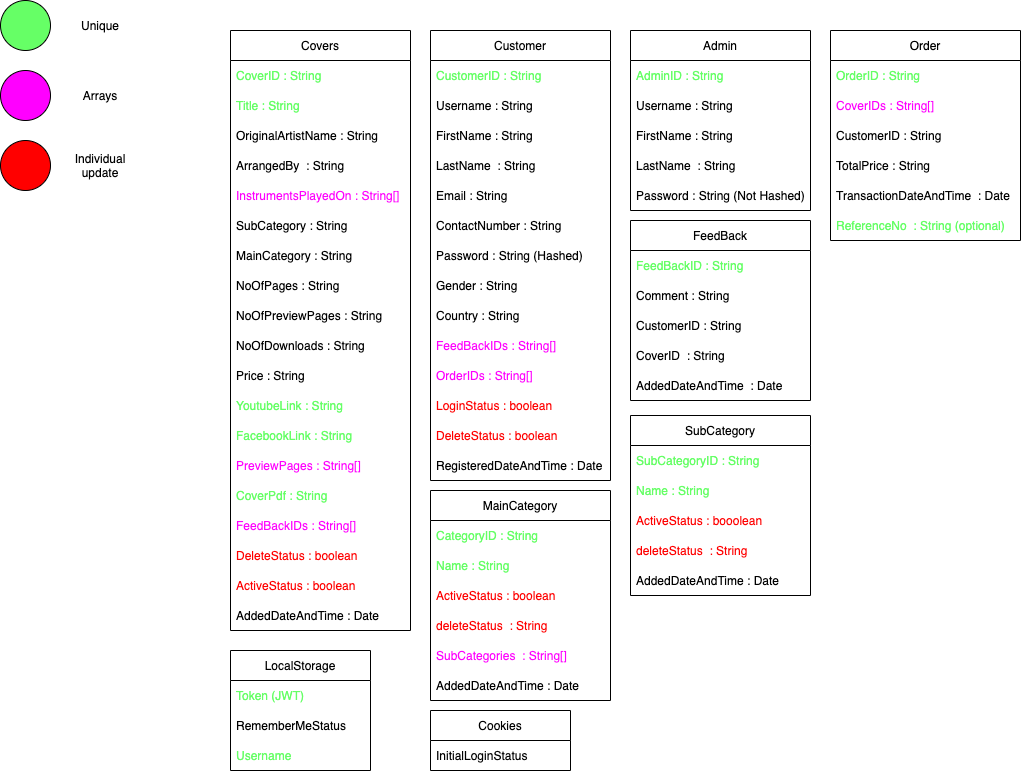
Earlier version of the draw.io export Documents_for_the_project/Backend_Design_Kaushal_production.drawio.png (BamunugeDR99/Music_Lessons_cover_sheet_app_for_Kaushal_production). Source tidied: cells renumbered, new cells last; positions are measured from the earlier drawing's top-left corner, leaving out a move shared by most shapes.
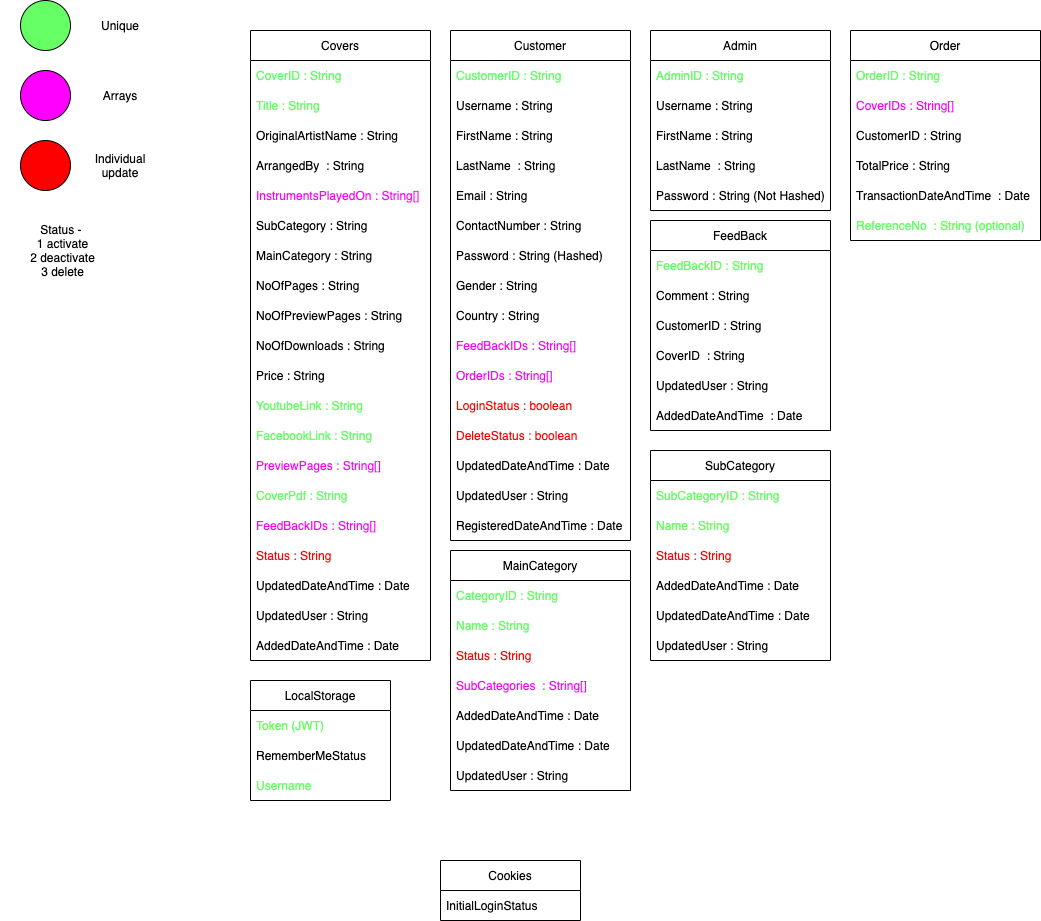
Later version of the same file.

Change to the diagram source:
```diff
@@ -3,7 +3,7 @@
     <mxCell id="0" />
     <mxCell id="1" parent="0" />
     <mxCell id="2" value="Covers" style="swimlane;fontStyle=0;horizontal=1;startSize=30;" parent="1" vertex="1">
-      <mxGeometry x="230" y="30" width="180" height="600" as="geometry" />
+      <mxGeometry x="230" y="30" width="180" height="630" as="geometry" />
     </mxCell>
     <mxCell id="3" value="CoverID : String" style="text;strokeColor=none;fillColor=none;align=left;verticalAlign=middle;spacingLeft=4;spacingRight=4;overflow=hidden;fontColor=#66FF66;" parent="2" vertex="1">
       <mxGeometry y="30" width="180" height="30" as="geometry" />
@@ -53,17 +53,20 @@
     <mxCell id="18" value="FeedBackIDs : String[]" style="text;strokeColor=none;fillColor=none;align=left;verticalAlign=middle;spacingLeft=4;spacingRight=4;overflow=hidden;fontColor=#FF00FF;" parent="2" vertex="1">
       <mxGeometry y="480" width="180" height="30" as="geometry" />
     </mxCell>
-    <mxCell id="19" value="DeleteStatus : boolean " style="text;strokeColor=none;fillColor=none;align=left;verticalAlign=middle;spacingLeft=4;spacingRight=4;overflow=hidden;fontColor=#FF0000;" parent="2" vertex="1">
+    <mxCell id="19" value="Status : String" style="text;strokeColor=none;fillColor=none;align=left;verticalAlign=middle;spacingLeft=4;spacingRight=4;overflow=hidden;fontColor=#FF0000;" parent="2" vertex="1">
       <mxGeometry y="510" width="180" height="30" as="geometry" />
     </mxCell>
-    <mxCell id="20" value="ActiveStatus : boolean" style="text;strokeColor=none;fillColor=none;align=left;verticalAlign=middle;spacingLeft=4;spacingRight=4;overflow=hidden;fontColor=#FF0000;" parent="2" vertex="1">
+    <mxCell id="20" value="UpdatedDateAndTime : Date" style="text;strokeColor=none;fillColor=none;align=left;verticalAlign=middle;spacingLeft=4;spacingRight=4;overflow=hidden;fontColor=#000000;" parent="2" vertex="1">
       <mxGeometry y="540" width="180" height="30" as="geometry" />
     </mxCell>
+    <mxCell id="81" value="UpdatedUser : String" style="text;strokeColor=none;fillColor=none;align=left;verticalAlign=middle;spacingLeft=4;spacingRight=4;overflow=hidden;fontColor=#000000;" parent="2" vertex="1">
+      <mxGeometry y="570" width="180" height="30" as="geometry" />
+    </mxCell>
     <mxCell id="21" value="AddedDateAndTime : Date" style="text;strokeColor=none;fillColor=none;align=left;verticalAlign=middle;spacingLeft=4;spacingRight=4;overflow=hidden;" parent="2" vertex="1">
-      <mxGeometry y="570" width="180" height="30" as="geometry" />
+      <mxGeometry y="600" width="180" height="30" as="geometry" />
     </mxCell>
     <mxCell id="22" value="Customer" style="swimlane;fontStyle=0;horizontal=1;startSize=30;" parent="1" vertex="1">
-      <mxGeometry x="430" y="30" width="180" height="450" as="geometry" />
+      <mxGeometry x="430" y="30" width="180" height="510" as="geometry" />
     </mxCell>
     <mxCell id="23" value="CustomerID : String" style="text;strokeColor=none;fillColor=none;align=left;verticalAlign=middle;spacingLeft=4;spacingRight=4;overflow=hidden;fontColor=#66FF66;" parent="22" vertex="1">
       <mxGeometry y="30" width="180" height="30" as="geometry" />
@@ -104,8 +107,14 @@
     <mxCell id="35" value="DeleteStatus : boolean" style="text;strokeColor=none;fillColor=none;align=left;verticalAlign=middle;spacingLeft=4;spacingRight=4;overflow=hidden;fontColor=#FF0000;" parent="22" vertex="1">
       <mxGeometry y="390" width="180" height="30" as="geometry" />
     </mxCell>
+    <mxCell id="82" value="UpdatedDateAndTime : Date" style="text;strokeColor=none;fillColor=none;align=left;verticalAlign=middle;spacingLeft=4;spacingRight=4;overflow=hidden;fontColor=#000000;" parent="22" vertex="1">
+      <mxGeometry y="420" width="180" height="30" as="geometry" />
+    </mxCell>
+    <mxCell id="83" value="UpdatedUser : String" style="text;strokeColor=none;fillColor=none;align=left;verticalAlign=middle;spacingLeft=4;spacingRight=4;overflow=hidden;fontColor=#000000;" parent="22" vertex="1">
+      <mxGeometry y="450" width="180" height="30" as="geometry" />
+    </mxCell>
     <mxCell id="36" value="RegisteredDateAndTime : Date" style="text;strokeColor=none;fillColor=none;align=left;verticalAlign=middle;spacingLeft=4;spacingRight=4;overflow=hidden;" parent="22" vertex="1">
-      <mxGeometry y="420" width="180" height="30" as="geometry" />
+      <mxGeometry y="480" width="180" height="30" as="geometry" />
     </mxCell>
     <mxCell id="37" value="Admin" style="swimlane;fontStyle=0;horizontal=1;startSize=30;" parent="1" vertex="1">
       <mxGeometry x="630" y="30" width="180" height="180" as="geometry" />
@@ -126,7 +135,7 @@
       <mxGeometry y="150" width="180" height="30" as="geometry" />
     </mxCell>
     <mxCell id="43" value="MainCategory" style="swimlane;fontStyle=0;horizontal=1;startSize=30;" parent="1" vertex="1">
-      <mxGeometry x="430" y="490" width="180" height="210" as="geometry" />
+      <mxGeometry x="430" y="550" width="180" height="240" as="geometry" />
     </mxCell>
     <mxCell id="44" value="CategoryID : String" style="text;strokeColor=none;fillColor=none;align=left;verticalAlign=middle;spacingLeft=4;spacingRight=4;overflow=hidden;fontColor=#66FF66;" parent="43" vertex="1">
       <mxGeometry y="30" width="180" height="30" as="geometry" />
@@ -134,20 +143,23 @@
     <mxCell id="45" value="Name : String" style="text;strokeColor=none;fillColor=none;align=left;verticalAlign=middle;spacingLeft=4;spacingRight=4;overflow=hidden;fontColor=#66FF66;" parent="43" vertex="1">
       <mxGeometry y="60" width="180" height="30" as="geometry" />
     </mxCell>
-    <mxCell id="46" value="ActiveStatus : boolean" style="text;strokeColor=none;fillColor=none;align=left;verticalAlign=middle;spacingLeft=4;spacingRight=4;overflow=hidden;fontColor=#FF0000;" parent="43" vertex="1">
+    <mxCell id="46" value="Status : String" style="text;strokeColor=none;fillColor=none;align=left;verticalAlign=middle;spacingLeft=4;spacingRight=4;overflow=hidden;fontColor=#FF0000;" parent="43" vertex="1">
       <mxGeometry y="90" width="180" height="30" as="geometry" />
     </mxCell>
-    <mxCell id="47" value="deleteStatus  : String " style="text;strokeColor=none;fillColor=none;align=left;verticalAlign=middle;spacingLeft=4;spacingRight=4;overflow=hidden;fontColor=#FF0000;" parent="43" vertex="1">
-      <mxGeometry y="120" width="180" height="30" as="geometry" />
-    </mxCell>
     <mxCell id="48" value="SubCategories  : String[] " style="text;strokeColor=none;fillColor=none;align=left;verticalAlign=middle;spacingLeft=4;spacingRight=4;overflow=hidden;fontColor=#FF00FF;" parent="43" vertex="1">
-      <mxGeometry y="150" width="180" height="30" as="geometry" />
+      <mxGeometry y="120" width="180" height="30" as="geometry" />
     </mxCell>
     <mxCell id="49" value="AddedDateAndTime : Date" style="text;strokeColor=none;fillColor=none;align=left;verticalAlign=middle;spacingLeft=4;spacingRight=4;overflow=hidden;" parent="43" vertex="1">
-      <mxGeometry y="180" width="180" height="30" as="geometry" />
+      <mxGeometry y="150" width="180" height="30" as="geometry" />
     </mxCell>
+    <mxCell id="84" value="UpdatedDateAndTime : Date" style="text;strokeColor=none;fillColor=none;align=left;verticalAlign=middle;spacingLeft=4;spacingRight=4;overflow=hidden;fontColor=#000000;" parent="43" vertex="1">
+      <mxGeometry y="180" width="180" height="30" as="geometry" />
+    </mxCell>
+    <mxCell id="85" value="UpdatedUser : String" style="text;strokeColor=none;fillColor=none;align=left;verticalAlign=middle;spacingLeft=4;spacingRight=4;overflow=hidden;fontColor=#000000;" parent="43" vertex="1">
+      <mxGeometry y="210" width="180" height="30" as="geometry" />
+    </mxCell>
     <mxCell id="50" value="SubCategory" style="swimlane;fontStyle=0;horizontal=1;startSize=30;" parent="1" vertex="1">
-      <mxGeometry x="630" y="415" width="180" height="180" as="geometry" />
+      <mxGeometry x="630" y="450" width="180" height="210" as="geometry" />
     </mxCell>
     <mxCell id="51" value="SubCategoryID : String" style="text;strokeColor=none;fillColor=none;align=left;verticalAlign=middle;spacingLeft=4;spacingRight=4;overflow=hidden;fontColor=#66FF66;" parent="50" vertex="1">
       <mxGeometry y="30" width="180" height="30" as="geometry" />
@@ -155,17 +167,20 @@
     <mxCell id="52" value="Name : String" style="text;strokeColor=none;fillColor=none;align=left;verticalAlign=middle;spacingLeft=4;spacingRight=4;overflow=hidden;fontColor=#66FF66;" parent="50" vertex="1">
       <mxGeometry y="60" width="180" height="30" as="geometry" />
     </mxCell>
-    <mxCell id="53" value="ActiveStatus : booolean" style="text;strokeColor=none;fillColor=none;align=left;verticalAlign=middle;spacingLeft=4;spacingRight=4;overflow=hidden;fontColor=#FF0000;" parent="50" vertex="1">
+    <mxCell id="53" value="Status : String" style="text;strokeColor=none;fillColor=none;align=left;verticalAlign=middle;spacingLeft=4;spacingRight=4;overflow=hidden;fontColor=#FF0000;" parent="50" vertex="1">
       <mxGeometry y="90" width="180" height="30" as="geometry" />
     </mxCell>
-    <mxCell id="54" value="deleteStatus  : String " style="text;strokeColor=none;fillColor=none;align=left;verticalAlign=middle;spacingLeft=4;spacingRight=4;overflow=hidden;fontColor=#FF0000;" parent="50" vertex="1">
-      <mxGeometry y="120" width="180" height="30" as="geometry" />
-    </mxCell>
     <mxCell id="55" value="AddedDateAndTime : Date" style="text;strokeColor=none;fillColor=none;align=left;verticalAlign=middle;spacingLeft=4;spacingRight=4;overflow=hidden;" parent="50" vertex="1">
-      <mxGeometry y="150" width="180" height="30" as="geometry" />
+      <mxGeometry y="120" width="180" height="30" as="geometry" />
     </mxCell>
+    <mxCell id="86" value="UpdatedDateAndTime : Date" style="text;strokeColor=none;fillColor=none;align=left;verticalAlign=middle;spacingLeft=4;spacingRight=4;overflow=hidden;fontColor=#000000;" parent="50" vertex="1">
+      <mxGeometry y="150" width="180" height="30" as="geometry" />
+    </mxCell>
+    <mxCell id="87" value="UpdatedUser : String" style="text;strokeColor=none;fillColor=none;align=left;verticalAlign=middle;spacingLeft=4;spacingRight=4;overflow=hidden;fontColor=#000000;" parent="50" vertex="1">
+      <mxGeometry y="180" width="180" height="30" as="geometry" />
+    </mxCell>
     <mxCell id="56" value="FeedBack" style="swimlane;fontStyle=0;horizontal=1;startSize=30;" parent="1" vertex="1">
-      <mxGeometry x="630" y="220" width="180" height="180" as="geometry" />
+      <mxGeometry x="630" y="220" width="180" height="210" as="geometry" />
     </mxCell>
     <mxCell id="57" value="FeedBackID : String" style="text;strokeColor=none;fillColor=none;align=left;verticalAlign=middle;spacingLeft=4;spacingRight=4;overflow=hidden;fontColor=#66FF66;" parent="56" vertex="1">
       <mxGeometry y="30" width="180" height="30" as="geometry" />
@@ -179,8 +194,11 @@
     <mxCell id="60" value="CoverID  : String " style="text;strokeColor=none;fillColor=none;align=left;verticalAlign=middle;spacingLeft=4;spacingRight=4;overflow=hidden;" parent="56" vertex="1">
       <mxGeometry y="120" width="180" height="30" as="geometry" />
     </mxCell>
+    <mxCell id="88" value="UpdatedUser : String" style="text;strokeColor=none;fillColor=none;align=left;verticalAlign=middle;spacingLeft=4;spacingRight=4;overflow=hidden;fontColor=#000000;" parent="56" vertex="1">
+      <mxGeometry y="150" width="180" height="30" as="geometry" />
+    </mxCell>
     <mxCell id="61" value="AddedDateAndTime  : Date " style="text;strokeColor=none;fillColor=none;align=left;verticalAlign=middle;spacingLeft=4;spacingRight=4;overflow=hidden;" parent="56" vertex="1">
-      <mxGeometry y="150" width="180" height="30" as="geometry" />
+      <mxGeometry y="180" width="180" height="30" as="geometry" />
     </mxCell>
     <mxCell id="62" value="Order" style="swimlane;fontStyle=0;horizontal=1;startSize=30;" parent="1" vertex="1">
       <mxGeometry x="830" y="30" width="190" height="210" as="geometry" />
@@ -204,7 +222,7 @@
       <mxGeometry y="180" width="190" height="30" as="geometry" />
     </mxCell>
     <mxCell id="69" value="LocalStorage" style="swimlane;fontStyle=0;horizontal=1;startSize=30;" parent="1" vertex="1">
-      <mxGeometry x="230" y="650" width="140" height="120" as="geometry" />
+      <mxGeometry x="230" y="680" width="140" height="120" as="geometry" />
     </mxCell>
     <mxCell id="70" value="Token (JWT)" style="text;strokeColor=none;fillColor=none;align=left;verticalAlign=middle;spacingLeft=4;spacingRight=4;overflow=hidden;fontColor=#66FF66;" parent="69" vertex="1">
       <mxGeometry y="30" width="140" height="30" as="geometry" />
@@ -216,7 +234,7 @@
       <mxGeometry y="90" width="140" height="30" as="geometry" />
     </mxCell>
     <mxCell id="73" value="Cookies" style="swimlane;fontStyle=0;horizontal=1;startSize=30;" parent="1" vertex="1">
-      <mxGeometry x="430" y="710" width="140" height="60" as="geometry" />
+      <mxGeometry x="420" y="860" width="140" height="60" as="geometry" />
     </mxCell>
     <mxCell id="74" value="InitialLoginStatus" style="text;strokeColor=none;fillColor=none;align=left;verticalAlign=middle;spacingLeft=4;spacingRight=4;overflow=hidden;" parent="73" vertex="1">
       <mxGeometry y="30" width="140" height="30" as="geometry" />
@@ -239,5 +257,8 @@
     <mxCell id="80" value="Arrays" style="text;html=1;strokeColor=none;fillColor=none;align=center;verticalAlign=middle;whiteSpace=wrap;rounded=0;" parent="1" vertex="1">
       <mxGeometry x="70" y="80" width="60" height="30" as="geometry" />
     </mxCell>
+    <mxCell id="89" value="Status -&amp;nbsp;&lt;br&gt;1 activate&lt;br&gt;2 deactivate&lt;br&gt;3 delete" style="text;html=1;strokeColor=none;fillColor=none;align=center;verticalAlign=middle;whiteSpace=wrap;rounded=0;fontColor=#000000;" parent="1" vertex="1">
+      <mxGeometry x="-20" y="210" width="125" height="80" as="geometry" />
+    </mxCell>
   </root>
 </mxGraphModel>
```
